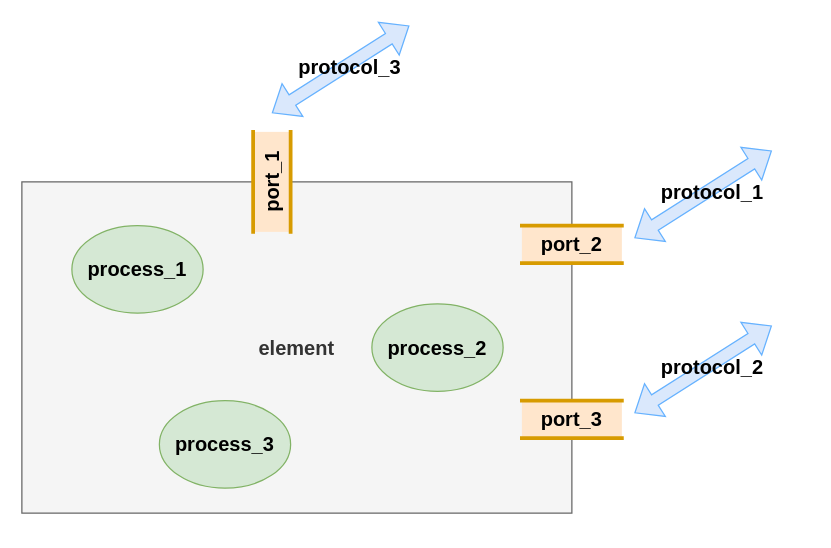
AVCDL/AVCDL keeps this draw.io diagram as page "ASA overview" (1 of 2) of source/reference_documents/tertiary_documents/design/Attack Surface Analysis/model creation/images/source/ASA element block diagram.drawio. Above is the earlier version. Source tidied: cells renumbered, new cells numbered last; positions are measured from the earlier drawing's top-left corner, leaving out a move shared by most shapes. Both pictures are drawn from the tidied source at 125%, with x=0, y=0 at pixel (21, 25).
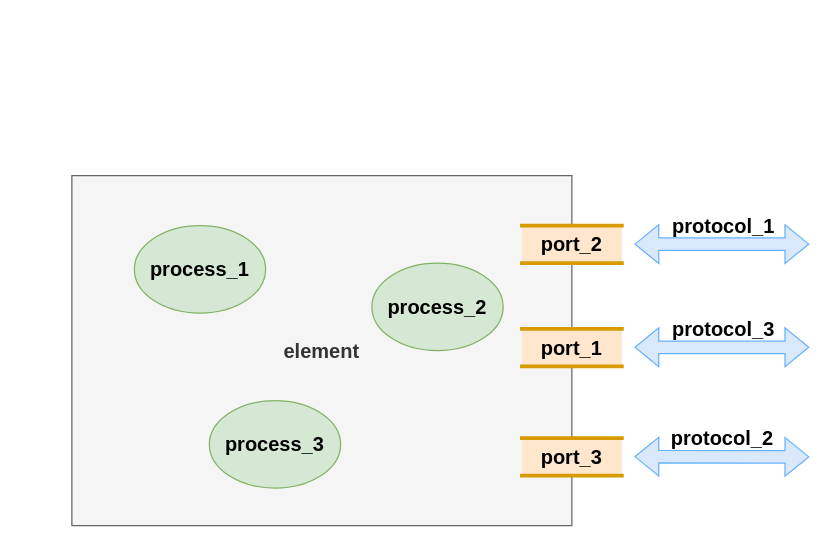
The same diagram, later.

What changed in the source:
```diff
@@
     <mxCell id="2" value="&lt;b&gt;&lt;font style=&quot;font-size: 16px;&quot;&gt;element&lt;/font&gt;&lt;/b&gt;" style="rounded=0;whiteSpace=wrap;html=1;fillColor=#f5f5f5;fontColor=#333333;strokeColor=#666666;" parent="1" vertex="1">
-      <mxGeometry y="125" width="440" height="265" as="geometry" />
+      <mxGeometry x="40" y="120" width="400" height="280" as="geometry" />
     </mxCell>
+    <mxCell id="15" parent="0" />
-    <mxCell id="3" value="&lt;font style=&quot;font-size: 16px;&quot;&gt;&lt;b&gt;process_1&lt;/b&gt;&lt;/font&gt;" style="ellipse;whiteSpace=wrap;html=1;fillColor=#d5e8d4;strokeColor=#82b366;" parent="1" vertex="1">
-      <mxGeometry x="40" y="160" width="105" height="70" as="geometry" />
+    <mxCell id="3" value="&lt;font style=&quot;font-size: 16px;&quot;&gt;&lt;b&gt;process_1&lt;/b&gt;&lt;/font&gt;" style="ellipse;whiteSpace=wrap;html=1;fillColor=#d5e8d4;strokeColor=#82b366;" parent="15" vertex="1">
+      <mxGeometry x="90" y="160" width="105" height="70" as="geometry" />
     </mxCell>
-    <mxCell id="4" value="&lt;b&gt;&lt;font style=&quot;font-size: 16px;&quot;&gt;port_2&lt;/font&gt;&lt;/b&gt;" style="shape=partialRectangle;whiteSpace=wrap;html=1;left=0;right=0;fillColor=#ffe6cc;strokeWidth=3;strokeColor=#d79b00;" parent="1" vertex="1">
+    <mxCell id="4" value="&lt;b&gt;&lt;font style=&quot;font-size: 16px;&quot;&gt;port_2&lt;/font&gt;&lt;/b&gt;" style="shape=partialRectangle;whiteSpace=wrap;html=1;left=0;right=0;fillColor=#ffe6cc;strokeWidth=3;strokeColor=#d79b00;" parent="15" vertex="1">
       <mxGeometry x="400" y="160" width="80" height="30" as="geometry" />
     </mxCell>
-    <mxCell id="5" style="shape=flexArrow;endArrow=classic;startArrow=classic;html=1;rounded=0;fillColor=#dae8fc;strokeColor=#66B2FF;labelBackgroundColor=none;" parent="1" edge="1">
-      <mxGeometry relative="1" as="geometry">
-        <mxPoint x="200" y="70" as="sourcePoint" />
-        <mxPoint x="310" as="targetPoint" />
-      </mxGeometry>
-    </mxCell>
+    <mxCell id="16" style="shape=flexArrow;endArrow=classic;startArrow=classic;html=1;rounded=0;fillColor=#dae8fc;strokeColor=#66B2FF;labelBackgroundColor=none;" parent="15" edge="1">
+      <mxGeometry relative="1" as="geometry">
+        <mxPoint x="490" y="257.3" as="sourcePoint" />
+        <mxPoint x="630" y="257.3" as="targetPoint" />
+      </mxGeometry>
+    </mxCell>
-    <mxCell id="6" value="&lt;b&gt;&lt;font style=&quot;font-size: 16px;&quot;&gt;protocol_3&lt;/font&gt;&lt;/b&gt;" style="edgeLabel;html=1;align=center;verticalAlign=middle;labelBackgroundColor=none;" parent="5" vertex="1">
-      <mxGeometry x="0.1" y="-1" relative="1" as="geometry" />
+    <mxCell id="6" value="&lt;b&gt;&lt;font style=&quot;font-size: 16px;&quot;&gt;protocol_3&lt;/font&gt;&lt;/b&gt;" style="edgeLabel;html=1;align=center;verticalAlign=middle;labelBackgroundColor=none;" parent="16" vertex="1">
+      <mxGeometry x="0.1" y="-1" relative="1" as="geometry">
+        <mxPoint x="-7" y="-16" as="offset" />
+      </mxGeometry>
     </mxCell>
-    <mxCell id="7" value="&lt;font style=&quot;font-size: 16px;&quot;&gt;&lt;b&gt;process_2&lt;/b&gt;&lt;/font&gt;" style="ellipse;whiteSpace=wrap;html=1;fillColor=#d5e8d4;strokeColor=#82b366;" parent="1" vertex="1">
-      <mxGeometry x="280" y="222.5" width="105" height="70" as="geometry" />
+    <mxCell id="7" value="&lt;font style=&quot;font-size: 16px;&quot;&gt;&lt;b&gt;process_2&lt;/b&gt;&lt;/font&gt;" style="ellipse;whiteSpace=wrap;html=1;fillColor=#d5e8d4;strokeColor=#82b366;" parent="15" vertex="1">
+      <mxGeometry x="280" y="190" width="105" height="70" as="geometry" />
     </mxCell>
-    <mxCell id="8" value="&lt;font style=&quot;font-size: 16px;&quot;&gt;&lt;b&gt;process_3&lt;/b&gt;&lt;/font&gt;" style="ellipse;whiteSpace=wrap;html=1;fillColor=#d5e8d4;strokeColor=#82b366;" parent="1" vertex="1">
-      <mxGeometry x="110" y="300" width="105" height="70" as="geometry" />
+    <mxCell id="8" value="&lt;font style=&quot;font-size: 16px;&quot;&gt;&lt;b&gt;process_3&lt;/b&gt;&lt;/font&gt;" style="ellipse;whiteSpace=wrap;html=1;fillColor=#d5e8d4;strokeColor=#82b366;" parent="15" vertex="1">
+      <mxGeometry x="150" y="300" width="105" height="70" as="geometry" />
     </mxCell>
-    <mxCell id="9" value="&lt;b&gt;&lt;font style=&quot;font-size: 16px;&quot;&gt;port_1&lt;/font&gt;&lt;/b&gt;" style="shape=partialRectangle;whiteSpace=wrap;html=1;left=0;right=0;fillColor=#ffe6cc;strokeWidth=3;strokeColor=#d79b00;rotation=-90;" parent="1" vertex="1">
-      <mxGeometry x="160" y="110" width="80" height="30" as="geometry" />
+    <mxCell id="9" value="&lt;b&gt;&lt;font style=&quot;font-size: 16px;&quot;&gt;port_1&lt;/font&gt;&lt;/b&gt;" style="shape=partialRectangle;whiteSpace=wrap;html=1;left=0;right=0;fillColor=#ffe6cc;strokeWidth=3;strokeColor=#d79b00;rotation=0;" parent="15" vertex="1">
+      <mxGeometry x="400" y="242.5" width="80" height="30" as="geometry" />
     </mxCell>
-    <mxCell id="10" value="&lt;b&gt;&lt;font style=&quot;font-size: 16px;&quot;&gt;port_3&lt;/font&gt;&lt;/b&gt;" style="shape=partialRectangle;whiteSpace=wrap;html=1;left=0;right=0;fillColor=#ffe6cc;strokeWidth=3;strokeColor=#d79b00;" parent="1" vertex="1">
-      <mxGeometry x="400" y="300" width="80" height="30" as="geometry" />
+    <mxCell id="10" value="&lt;b&gt;&lt;font style=&quot;font-size: 16px;&quot;&gt;port_3&lt;/font&gt;&lt;/b&gt;" style="shape=partialRectangle;whiteSpace=wrap;html=1;left=0;right=0;fillColor=#ffe6cc;strokeWidth=3;strokeColor=#d79b00;" parent="15" vertex="1">
+      <mxGeometry x="400" y="330" width="80" height="30" as="geometry" />
     </mxCell>
-    <mxCell id="11" style="shape=flexArrow;endArrow=classic;startArrow=classic;html=1;rounded=0;fillColor=#dae8fc;strokeColor=#66B2FF;labelBackgroundColor=none;" parent="1" edge="1">
-      <mxGeometry relative="1" as="geometry">
-        <mxPoint x="490" y="310" as="sourcePoint" />
-        <mxPoint x="600" y="240" as="targetPoint" />
-      </mxGeometry>
-    </mxCell>
+    <mxCell id="17" style="shape=flexArrow;endArrow=classic;startArrow=classic;html=1;rounded=0;fillColor=#dae8fc;strokeColor=#66B2FF;labelBackgroundColor=none;" parent="15" edge="1">
+      <mxGeometry relative="1" as="geometry">
+        <mxPoint x="490" y="344.8" as="sourcePoint" />
+        <mxPoint x="630" y="345" as="targetPoint" />
+      </mxGeometry>
+    </mxCell>
-    <mxCell id="12" value="&lt;b&gt;&lt;font style=&quot;font-size: 16px;&quot;&gt;protocol_2&lt;/font&gt;&lt;/b&gt;" style="edgeLabel;html=1;align=center;verticalAlign=middle;labelBackgroundColor=none;" parent="11" vertex="1">
-      <mxGeometry x="0.1" y="-1" relative="1" as="geometry" />
+    <mxCell id="12" value="&lt;b&gt;&lt;font style=&quot;font-size: 16px;&quot;&gt;protocol_2&lt;/font&gt;&lt;/b&gt;" style="edgeLabel;html=1;align=center;verticalAlign=middle;labelBackgroundColor=none;" parent="17" vertex="1">
+      <mxGeometry x="0.1" y="-1" relative="1" as="geometry">
+        <mxPoint x="-7" y="-16" as="offset" />
+      </mxGeometry>
     </mxCell>
-    <mxCell id="13" style="shape=flexArrow;endArrow=classic;startArrow=classic;html=1;rounded=0;fillColor=#dae8fc;strokeColor=#66B2FF;labelBackgroundColor=none;" parent="1" edge="1">
-      <mxGeometry relative="1" as="geometry">
-        <mxPoint x="490" y="170" as="sourcePoint" />
-        <mxPoint x="600" y="100" as="targetPoint" />
-      </mxGeometry>
-    </mxCell>
+    <mxCell id="18" style="shape=flexArrow;endArrow=classic;startArrow=classic;html=1;rounded=0;fillColor=#dae8fc;strokeColor=#66B2FF;labelBackgroundColor=none;" parent="15" edge="1">
+      <mxGeometry relative="1" as="geometry">
+        <mxPoint x="490" y="174.8" as="sourcePoint" />
+        <mxPoint x="630" y="174.8" as="targetPoint" />
+      </mxGeometry>
+    </mxCell>
-    <mxCell id="14" value="&lt;b&gt;&lt;font style=&quot;font-size: 16px;&quot;&gt;protocol_1&lt;/font&gt;&lt;/b&gt;" style="edgeLabel;html=1;align=center;verticalAlign=middle;labelBackgroundColor=none;" parent="13" vertex="1">
-      <mxGeometry x="0.1" y="-1" relative="1" as="geometry" />
+    <mxCell id="14" value="&lt;b&gt;&lt;font style=&quot;font-size: 16px;&quot;&gt;protocol_1&lt;/font&gt;&lt;/b&gt;" style="edgeLabel;html=1;align=center;verticalAlign=middle;labelBackgroundColor=none;" parent="18" vertex="1">
+      <mxGeometry x="0.1" y="-1" relative="1" as="geometry">
+        <mxPoint x="-7" y="-16" as="offset" />
+      </mxGeometry>
     </mxCell>
```
